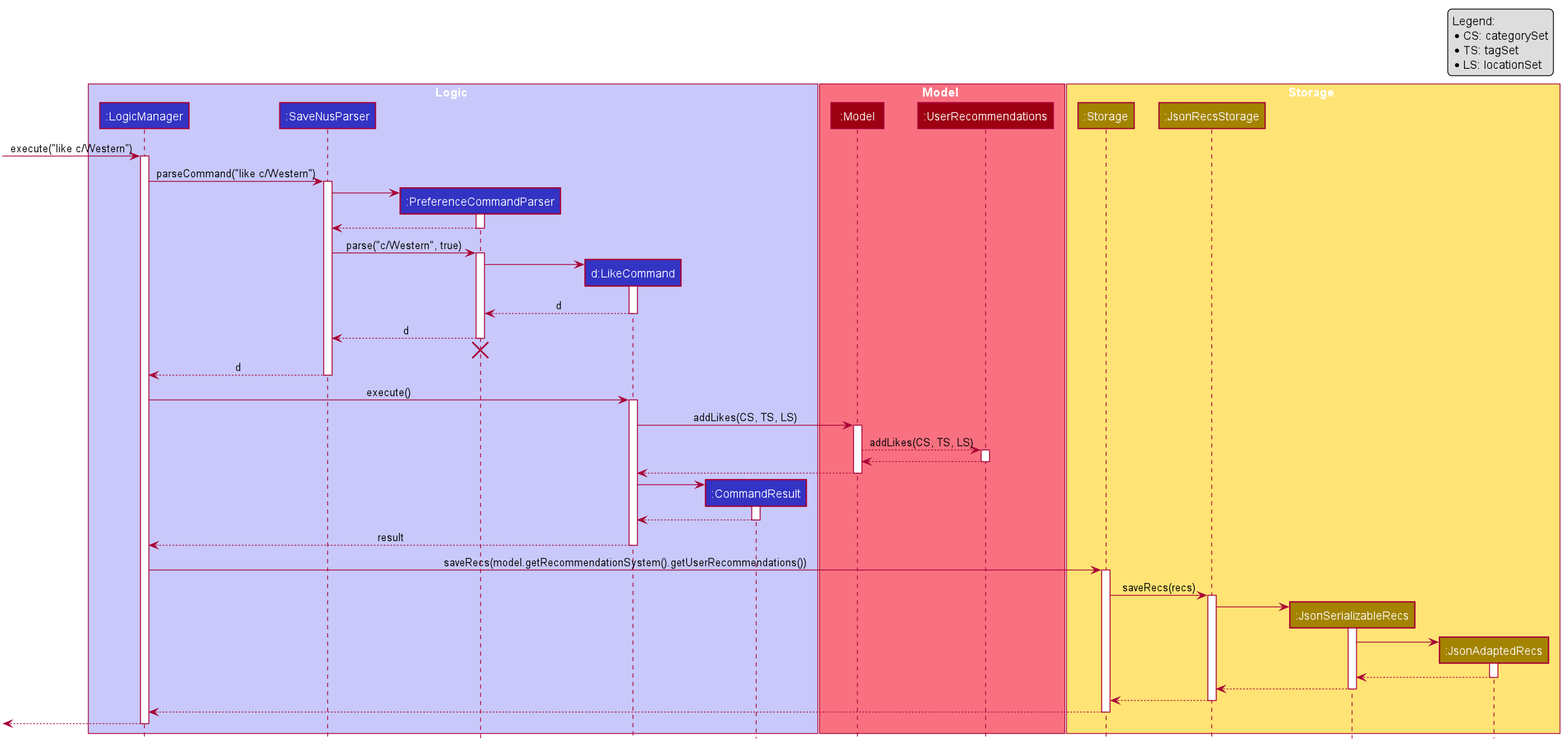
Earlier version of the PlantUML export images/LikeSequenceDiagram.png (AY1920S1-CS2103T-F13-2/main).
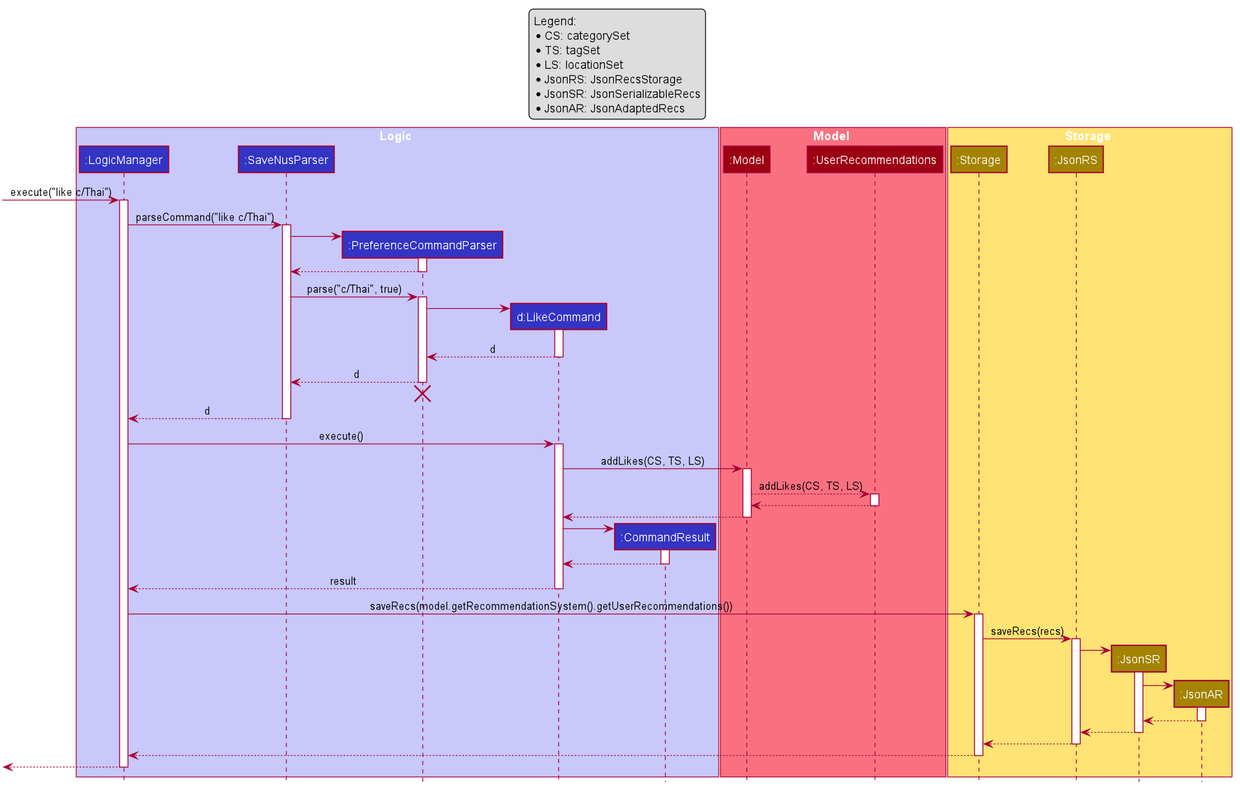
Later version of the same file.

What changed in the source:
```diff
@@ -48,6 +48,9 @@
 hide members
 hide circle
 
+skinparam MinClassWidth 0
+skinparam ParticipantPadding 0
+
 box Logic #C8C8FA
 participant ":LogicManager" as LogicManager #3333C4
 participant ":SaveNusParser" as SaveNusParser #3333C4
@@ -63,22 +66,25 @@
 
 box Storage #FFE374
 participant ":Storage" as Storage #A38300
-participant ":JsonRecsStorage" as JsonRecsStorage #A38300
-participant ":JsonSerializableRecs" as JsonSerializableRecs #A38300
-participant ":JsonAdaptedRecs" as JsonAdaptedRecs #A38300
+participant ":JsonRS" as JsonRS #A38300
+participant ":JsonSR" as JsonSR #A38300
+participant ":JsonAR" as JsonAR #A38300
 end box
 
-legend top right
+legend top
 Legend:
 * CS: categorySet
 * TS: tagSet
 * LS: locationSet
+* JsonRS: JsonRecsStorage
+* JsonSR: JsonSerializableRecs
+* JsonAR: JsonAdaptedRecs
 end legend
 
-[-> LogicManager : execute("like c/Western")
+[-> LogicManager : execute("like c/Thai")
 activate LogicManager
 
-LogicManager -> SaveNusParser : parseCommand("like c/Western")
+LogicManager -> SaveNusParser : parseCommand("like c/Thai")
 activate SaveNusParser
 
 create PreferenceCommandParser
@@ -88,7 +94,7 @@
 PreferenceCommandParser --> SaveNusParser
 deactivate PreferenceCommandParser
 
-SaveNusParser -> PreferenceCommandParser : parse("c/Western", true)
+SaveNusParser -> PreferenceCommandParser : parse("c/Thai", true)
 activate PreferenceCommandParser
 
 create LikeCommand
@@ -134,25 +140,25 @@
 LogicManager -> Storage : saveRecs(model.getRecommendationSystem().getUserRecommendations())
 activate Storage
 
-Storage -> JsonRecsStorage : saveRecs(recs)
-activate JsonRecsStorage
+Storage -> JsonRS : saveRecs(recs)
+activate JsonRS
 
-create JsonSerializableRecs
-JsonRecsStorage -> JsonSerializableRecs
-activate JsonSerializableRecs
+create JsonSR
+JsonRS -> JsonSR
+activate JsonSR
 
-create JsonAdaptedRecs
-JsonSerializableRecs -> JsonAdaptedRecs
-activate JsonAdaptedRecs
+create JsonAR
+JsonSR -> JsonAR
+activate JsonAR
 
-JsonAdaptedRecs --> JsonSerializableRecs
-deactivate JsonAdaptedRecs
+JsonAR --> JsonSR
+deactivate JsonAR
 
-JsonSerializableRecs --> JsonRecsStorage
-deactivate JsonSerializableRecs
+JsonSR --> JsonRS
+deactivate JsonSR
 
-JsonRecsStorage --> Storage
-deactivate JsonRecsStorage
+JsonRS --> Storage
+deactivate JsonRS
 
 Storage --> LogicManager
 deactivate Storage
```
